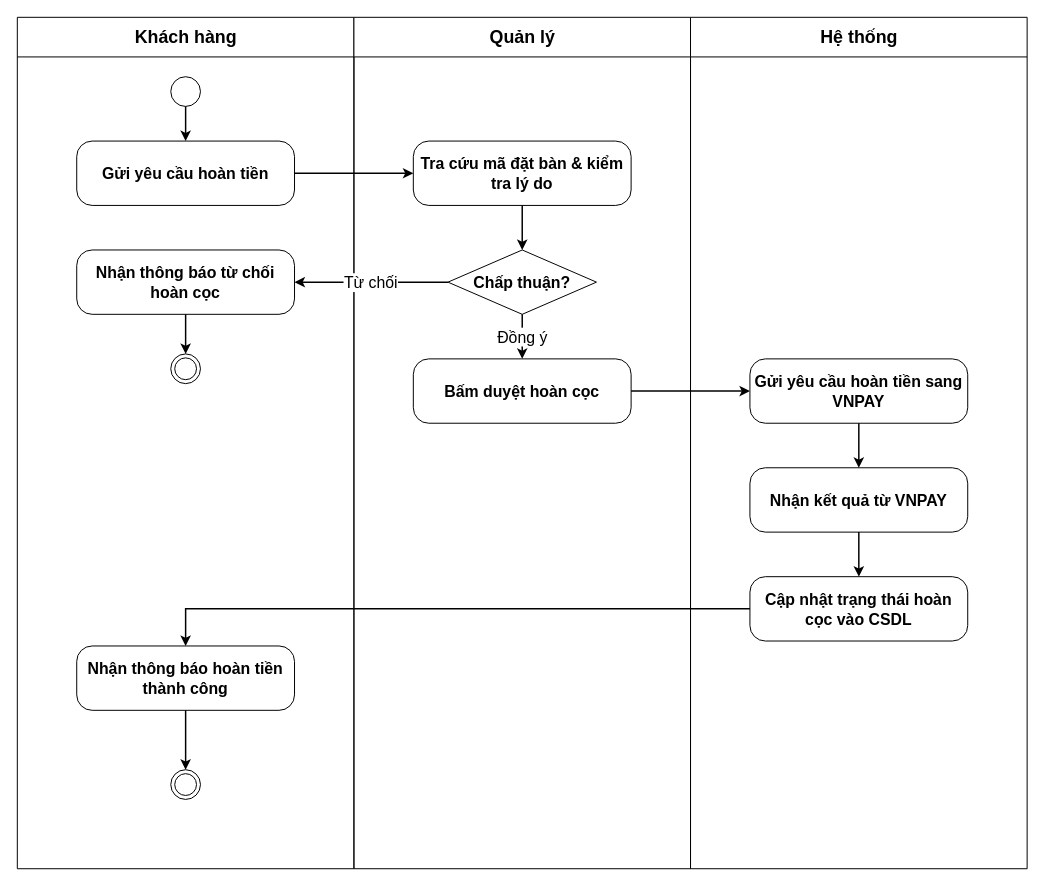
Earlier version of the draw.io diagram docs/phase1/drawio/ad09_manual_refund.drawio (AndrewQng/VinDining). Source tidied: cells renumbered, new cells numbered last; positions are measured from the earlier drawing's top-left corner, leaving out a move shared by most shapes. Both pictures are drawn from the tidied source at 99%, with x=0, y=0 at pixel (17, 17).
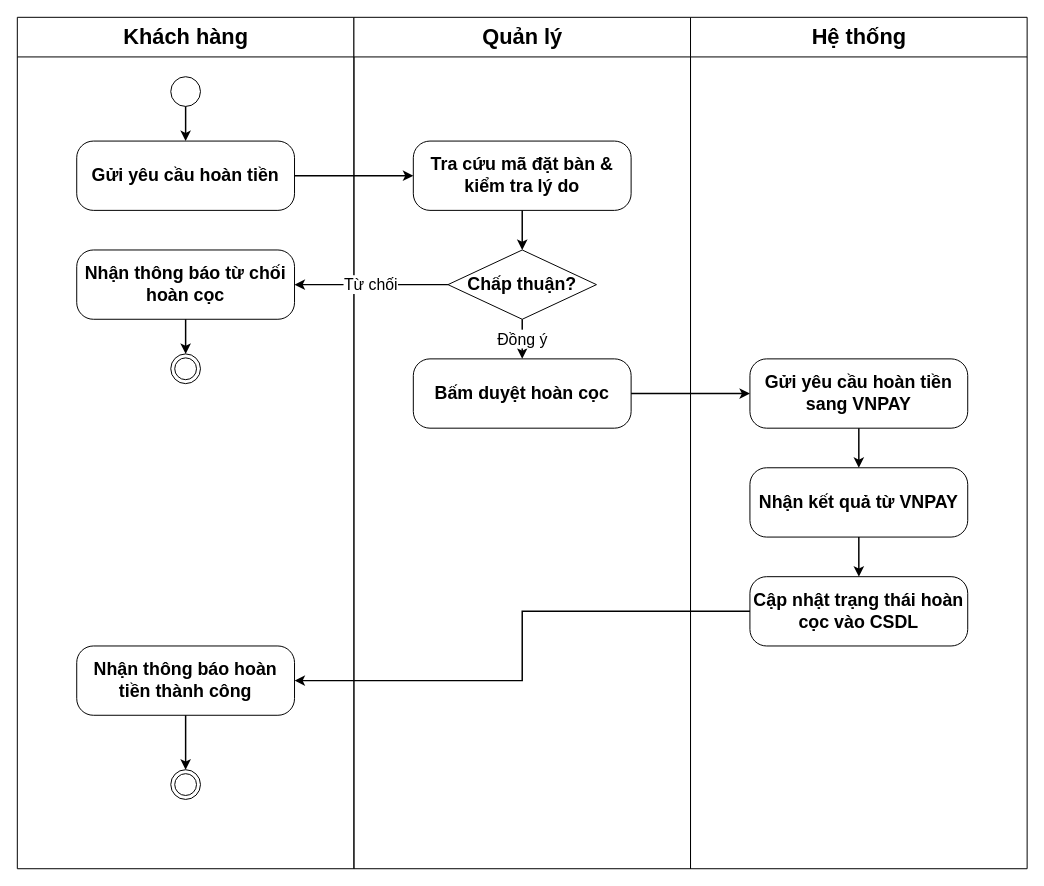
The same page after the edit.

Change to the diagram source:
```diff
@@
-    <mxCell id="2" value="Khách hàng" style="swimlane;html=1;startSize=40;horizontal=1;fontStyle=1;fontSize=18;align=center;verticalAlign=middle;swimlaneLine=1;" parent="1" vertex="1">
+    <mxCell id="2" value="Khách hàng" style="swimlane;html=1;startSize=40;horizontal=1;fontStyle=1;fontSize=22;align=center;verticalAlign=middle;swimlaneLine=1;" parent="1" vertex="1">
       <mxGeometry width="340" height="860" as="geometry" />
     </mxCell>
@@
-    <mxCell id="4" value="Gửi yêu cầu hoàn tiền" style="rounded=1;arcSize=24;whiteSpace=wrap;html=1;fontStyle=1;fontSize=16;align=center;verticalAlign=middle;" parent="2" vertex="1">
-      <mxGeometry x="60" y="125" width="220" height="65" as="geometry" />
+    <mxCell id="4" value="Gửi yêu cầu hoàn tiền" style="rounded=1;arcSize=24;whiteSpace=wrap;html=1;fontStyle=1;fontSize=18;align=center;verticalAlign=middle;" parent="2" vertex="1">
+      <mxGeometry x="60" y="125" width="220" height="70" as="geometry" />
     </mxCell>
-    <mxCell id="5" value="Nhận thông báo từ chối hoàn cọc" style="rounded=1;arcSize=24;whiteSpace=wrap;html=1;fontStyle=1;fontSize=16;align=center;verticalAlign=middle;" parent="2" vertex="1">
-      <mxGeometry x="60" y="235" width="220" height="65" as="geometry" />
+    <mxCell id="5" value="Nhận thông báo từ chối hoàn cọc" style="rounded=1;arcSize=24;whiteSpace=wrap;html=1;fontStyle=1;fontSize=18;align=center;verticalAlign=middle;" parent="2" vertex="1">
+      <mxGeometry x="60" y="235" width="220" height="70" as="geometry" />
     </mxCell>
@@
-    <mxCell id="7" value="Nhận thông báo hoàn tiền thành công" style="rounded=1;arcSize=24;whiteSpace=wrap;html=1;fontStyle=1;fontSize=16;align=center;verticalAlign=middle;" parent="2" vertex="1">
-      <mxGeometry x="60" y="635" width="220" height="65" as="geometry" />
+    <mxCell id="7" value="Nhận thông báo hoàn tiền thành công" style="rounded=1;arcSize=24;whiteSpace=wrap;html=1;fontStyle=1;fontSize=18;align=center;verticalAlign=middle;" parent="2" vertex="1">
+      <mxGeometry x="60" y="635" width="220" height="70" as="geometry" />
     </mxCell>
@@
-    <mxCell id="12" value="Quản lý" style="swimlane;html=1;startSize=40;horizontal=1;fontStyle=1;fontSize=18;align=center;verticalAlign=middle;swimlaneLine=1;" parent="1" vertex="1">
+    <mxCell id="12" value="Quản lý" style="swimlane;html=1;startSize=40;horizontal=1;fontStyle=1;fontSize=22;align=center;verticalAlign=middle;swimlaneLine=1;" parent="1" vertex="1">
       <mxGeometry x="340" width="340" height="860" as="geometry" />
     </mxCell>
-    <mxCell id="13" value="Tra cứu mã đặt bàn &amp;amp; kiểm tra lý do" style="rounded=1;arcSize=24;whiteSpace=wrap;html=1;fontStyle=1;fontSize=16;align=center;verticalAlign=middle;" parent="12" vertex="1">
-      <mxGeometry x="60" y="125" width="220" height="65" as="geometry" />
+    <mxCell id="13" value="Tra cứu mã đặt bàn &amp;amp; kiểm tra lý do" style="rounded=1;arcSize=24;whiteSpace=wrap;html=1;fontStyle=1;fontSize=18;align=center;verticalAlign=middle;" parent="12" vertex="1">
+      <mxGeometry x="60" y="125" width="220" height="70" as="geometry" />
     </mxCell>
-    <mxCell id="14" value="Chấp thuận?" style="rhombus;whiteSpace=wrap;html=1;fontStyle=1;fontSize=16;align=center;verticalAlign=middle;" parent="12" vertex="1">
-      <mxGeometry x="95" y="235" width="150" height="65" as="geometry" />
+    <mxCell id="14" value="Chấp thuận?" style="rhombus;whiteSpace=wrap;html=1;fontStyle=1;fontSize=18;align=center;verticalAlign=middle;" parent="12" vertex="1">
+      <mxGeometry x="95" y="235" width="150" height="70" as="geometry" />
     </mxCell>
-    <mxCell id="15" value="Bấm duyệt hoàn cọc" style="rounded=1;arcSize=24;whiteSpace=wrap;html=1;fontStyle=1;fontSize=16;align=center;verticalAlign=middle;" parent="12" vertex="1">
-      <mxGeometry x="60" y="345" width="220" height="65" as="geometry" />
+    <mxCell id="15" value="Bấm duyệt hoàn cọc" style="rounded=1;arcSize=24;whiteSpace=wrap;html=1;fontStyle=1;fontSize=18;align=center;verticalAlign=middle;" parent="12" vertex="1">
+      <mxGeometry x="60" y="345" width="220" height="70" as="geometry" />
     </mxCell>
@@
-    <mxCell id="18" value="Hệ thống" style="swimlane;html=1;startSize=40;horizontal=1;fontStyle=1;fontSize=18;align=center;verticalAlign=middle;swimlaneLine=1;" parent="1" vertex="1">
+    <mxCell id="18" value="Hệ thống" style="swimlane;html=1;startSize=40;horizontal=1;fontStyle=1;fontSize=22;align=center;verticalAlign=middle;swimlaneLine=1;" parent="1" vertex="1">
       <mxGeometry x="680" width="340" height="860" as="geometry" />
     </mxCell>
-    <mxCell id="19" value="Gửi yêu cầu hoàn tiền sang VNPAY" style="rounded=1;arcSize=24;whiteSpace=wrap;html=1;fontStyle=1;fontSize=16;align=center;verticalAlign=middle;" parent="18" vertex="1">
-      <mxGeometry x="60" y="345" width="220" height="65" as="geometry" />
+    <mxCell id="19" value="Gửi yêu cầu hoàn tiền sang VNPAY" style="rounded=1;arcSize=24;whiteSpace=wrap;html=1;fontStyle=1;fontSize=18;align=center;verticalAlign=middle;" parent="18" vertex="1">
+      <mxGeometry x="60" y="345" width="220" height="70" as="geometry" />
     </mxCell>
-    <mxCell id="20" value="Nhận kết quả từ VNPAY" style="rounded=1;arcSize=24;whiteSpace=wrap;html=1;fontStyle=1;fontSize=16;align=center;verticalAlign=middle;" parent="18" vertex="1">
-      <mxGeometry x="60" y="455" width="220" height="65" as="geometry" />
+    <mxCell id="20" value="Nhận kết quả từ VNPAY" style="rounded=1;arcSize=24;whiteSpace=wrap;html=1;fontStyle=1;fontSize=18;align=center;verticalAlign=middle;" parent="18" vertex="1">
+      <mxGeometry x="60" y="455" width="220" height="70" as="geometry" />
     </mxCell>
-    <mxCell id="21" value="Cập nhật trạng thái hoàn cọc vào CSDL" style="rounded=1;arcSize=24;whiteSpace=wrap;html=1;fontStyle=1;fontSize=16;align=center;verticalAlign=middle;" parent="18" vertex="1">
-      <mxGeometry x="60" y="565" width="220" height="65" as="geometry" />
+    <mxCell id="21" value="Cập nhật trạng thái hoàn cọc vào CSDL" style="rounded=1;arcSize=24;whiteSpace=wrap;html=1;fontStyle=1;fontSize=18;align=center;verticalAlign=middle;" parent="18" vertex="1">
+      <mxGeometry x="60" y="565" width="220" height="70" as="geometry" />
     </mxCell>
```
